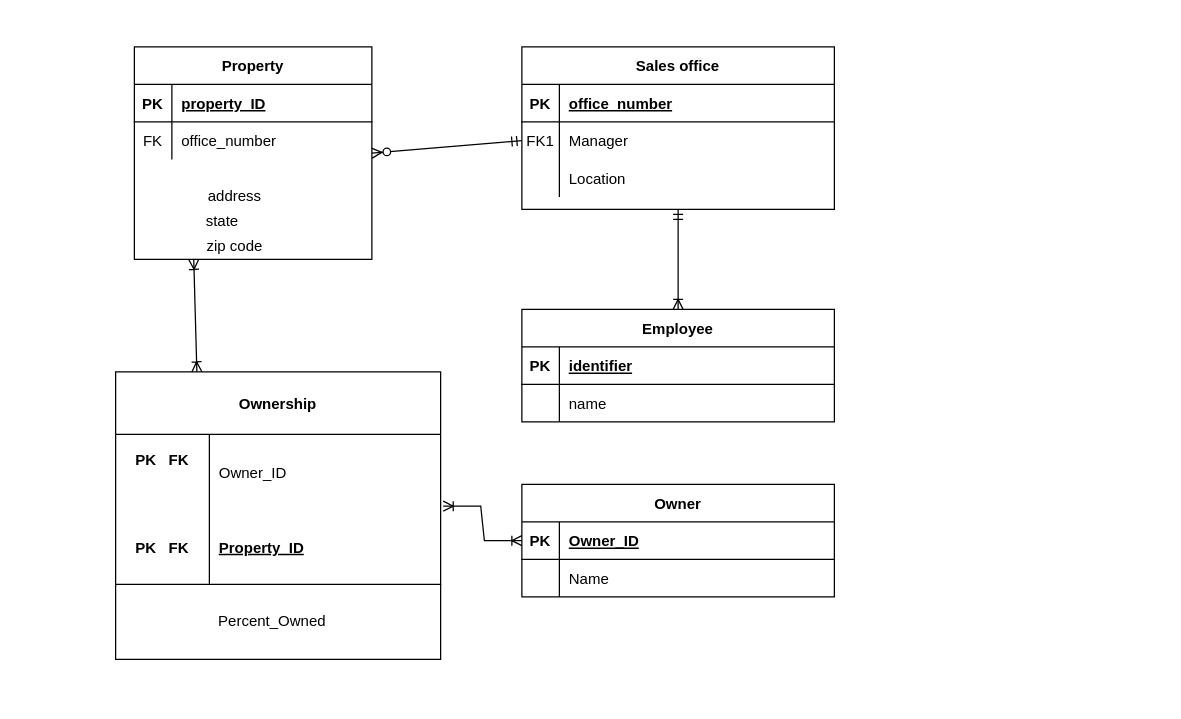
The draw.io diagram PCA-KNN/Untitled Diagram.drawio in Cloud0723/camera_map, before the edit. Source tidied: cells renumbered, new cells numbered last; positions are measured from the earlier drawing's top-left corner, leaving out a move shared by most shapes. Both pictures are drawn from the tidied source at 125%, with x=0, y=0 at pixel (115, 46).
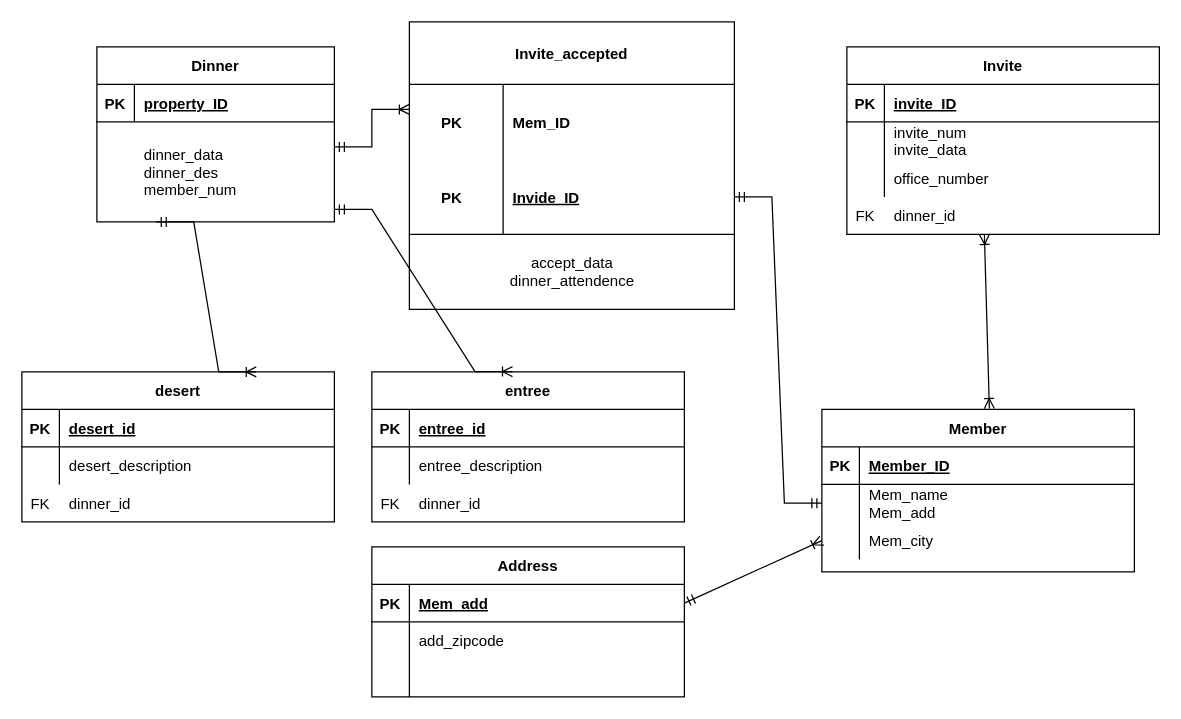
Above is the later version.

Unchanged cells that the change refers to:
```xml
<mxCell id="3" style="shape=partialRectangle;fillColor=none;top=0;left=0;right=0;bottom=1;" parent="2" vertex="1">
  <mxGeometry y="30" width="250" height="30" as="geometry" />
</mxCell>
<mxCell id="6" style="shape=partialRectangle;fillColor=none;points=[[0,0.5],[1,0.5]];portConstraint=eastwest;top=0;left=0;right=0;bottom=0;" parent="2" vertex="1">
  <mxGeometry y="60" width="250" height="30" as="geometry" />
</mxCell>
<mxCell id="9" style="shape=partialRectangle;fillColor=none;points=[[0,0.5],[1,0.5]];portConstraint=eastwest;top=0;left=0;right=0;bottom=0;" parent="2" vertex="1">
  <mxGeometry y="90" width="250" height="30" as="geometry" />
</mxCell>
<mxCell id="13" style="shape=partialRectangle;fillColor=none;top=0;left=0;right=0;bottom=1;" parent="12" vertex="1">
  <mxGeometry y="30" width="250" height="30" as="geometry" />
</mxCell>
<mxCell id="16" style="shape=partialRectangle;fillColor=none;top=0;left=0;right=0;bottom=0;" parent="12" vertex="1">
  <mxGeometry y="60" width="250" height="30" as="geometry" />
</mxCell>
```

The edit, as a diff of the source:
```diff
@@
-    <mxCell id="2" value="Sales office" style="shape=table;startSize=30;childLayout=tableLayout;rowLines=0;fontStyle=1;align=center;" parent="1" vertex="1">
-      <mxGeometry x="325" width="250" height="130" as="geometry" />
+    <mxCell id="2" value="Member" style="shape=table;startSize=30;childLayout=tableLayout;rowLines=0;fontStyle=1;align=center;" parent="1" vertex="1">
+      <mxGeometry x="565" y="290" width="250" height="130" as="geometry" />
     </mxCell>
@@
-    <mxCell id="5" value="office_number" style="shape=partialRectangle;overflow=hidden;fillColor=none;top=0;left=0;bottom=0;right=0;align=left;spacingLeft=6;fontStyle=5;" parent="3" vertex="1">
+    <mxCell id="5" value="Member_ID" style="shape=partialRectangle;overflow=hidden;fillColor=none;top=0;left=0;bottom=0;right=0;align=left;spacingLeft=6;fontStyle=5;" parent="3" vertex="1">
       <mxGeometry x="30" width="220" height="30" as="geometry" />
     </mxCell>
@@
-    <mxCell id="7" value="FK1" style="shape=partialRectangle;overflow=hidden;fillColor=none;top=0;left=0;bottom=0;right=0;" parent="6" vertex="1">
+    <mxCell id="7" style="shape=partialRectangle;overflow=hidden;fillColor=none;top=0;left=0;bottom=0;right=0;" parent="6" vertex="1">
       <mxGeometry width="30" height="30" as="geometry" />
     </mxCell>
-    <mxCell id="8" value="Manager" style="shape=partialRectangle;overflow=hidden;fillColor=none;top=0;left=0;bottom=0;right=0;align=left;spacingLeft=6;" parent="6" vertex="1">
+    <mxCell id="8" value="Mem_name&#10;Mem_add" style="shape=partialRectangle;overflow=hidden;fillColor=none;top=0;left=0;bottom=0;right=0;align=left;spacingLeft=6;" parent="6" vertex="1">
       <mxGeometry x="30" width="220" height="30" as="geometry" />
     </mxCell>
@@
-    <mxCell id="11" value="Location" style="shape=partialRectangle;overflow=hidden;fillColor=none;top=0;left=0;bottom=0;right=0;align=left;spacingLeft=6;" parent="9" vertex="1">
+    <mxCell id="11" value="Mem_city" style="shape=partialRectangle;overflow=hidden;fillColor=none;top=0;left=0;bottom=0;right=0;align=left;spacingLeft=6;" parent="9" vertex="1">
       <mxGeometry x="30" width="220" height="30" as="geometry" />
     </mxCell>
-    <mxCell id="12" value="Employee" style="shape=table;startSize=30;childLayout=tableLayout;rowLines=0;fontStyle=1;align=center;" parent="1" vertex="1">
-      <mxGeometry x="325" y="210" width="250" height="90" as="geometry" />
+    <mxCell id="12" value="Invite" style="shape=table;startSize=30;childLayout=tableLayout;rowLines=0;fontStyle=1;align=center;" parent="1" vertex="1">
+      <mxGeometry x="585" width="250" height="150" as="geometry" />
     </mxCell>
@@
-    <mxCell id="15" value="identifier" style="shape=partialRectangle;overflow=hidden;fillColor=none;top=0;left=0;bottom=0;right=0;align=left;spacingLeft=6;fontStyle=5;" parent="13" vertex="1">
+    <mxCell id="15" value="invite_ID" style="shape=partialRectangle;overflow=hidden;fillColor=none;top=0;left=0;bottom=0;right=0;align=left;spacingLeft=6;fontStyle=5;" parent="13" vertex="1">
       <mxGeometry x="30" width="220" height="30" as="geometry" />
     </mxCell>
@@
-    <mxCell id="18" value="name" style="shape=partialRectangle;overflow=hidden;fillColor=none;top=0;left=0;bottom=0;right=0;align=left;spacingLeft=6;" parent="16" vertex="1">
+    <mxCell id="18" value="invite_num&#10;invite_data" style="shape=partialRectangle;overflow=hidden;fillColor=none;top=0;left=0;bottom=0;right=0;align=left;spacingLeft=6;" parent="16" vertex="1">
       <mxGeometry x="30" width="220" height="30" as="geometry" />
     </mxCell>
+    <mxCell id="23" style="shape=partialRectangle;fillColor=none;top=0;left=0;right=0;bottom=0;" parent="12" vertex="1">
+      <mxGeometry y="90" width="250" height="30" as="geometry" />
+    </mxCell>
+    <mxCell id="24" style="shape=partialRectangle;overflow=hidden;fillColor=none;top=0;left=0;bottom=0;right=0;" parent="23" vertex="1">
+      <mxGeometry width="30" height="30" as="geometry" />
+    </mxCell>
+    <mxCell id="25" value="office_number" style="shape=partialRectangle;overflow=hidden;fillColor=none;top=0;left=0;bottom=0;right=0;align=left;spacingLeft=6;" parent="23" vertex="1">
+      <mxGeometry x="30" width="220" height="30" as="geometry" />
+    </mxCell>
-    <mxCell id="19" value="Property" style="shape=table;startSize=30;childLayout=tableLayout;rowLines=0;fontStyle=1;align=center;" parent="1" vertex="1">
-      <mxGeometry x="15" width="190" height="170" as="geometry" />
+    <mxCell id="19" value="Dinner" style="shape=table;startSize=30;childLayout=tableLayout;rowLines=0;fontStyle=1;align=center;" parent="1" vertex="1">
+      <mxGeometry x="-15" width="190" height="140" as="geometry" />
     </mxCell>
@@
-    <mxCell id="23" style="shape=partialRectangle;fillColor=none;top=0;left=0;right=0;bottom=0;" parent="19" vertex="1">
-      <mxGeometry y="60" width="190" height="30" as="geometry" />
-    </mxCell>
-    <mxCell id="24" value="FK" style="shape=partialRectangle;overflow=hidden;fillColor=none;top=0;left=0;bottom=0;right=0;" parent="23" vertex="1">
-      <mxGeometry width="30" height="30" as="geometry" />
-    </mxCell>
-    <mxCell id="25" value="office_number" style="shape=partialRectangle;overflow=hidden;fillColor=none;top=0;left=0;bottom=0;right=0;align=left;spacingLeft=6;" parent="23" vertex="1">
-      <mxGeometry x="30" width="160" height="30" as="geometry" />
-    </mxCell>
-    <mxCell id="26" value="address" style="text;html=1;align=center;verticalAlign=middle;strokeColor=none;fillColor=none;" parent="1" vertex="1">
-      <mxGeometry x="65" y="110" width="60" height="20" as="geometry" />
-    </mxCell>
-    <mxCell id="27" value="state" style="text;html=1;align=center;verticalAlign=middle;strokeColor=none;fillColor=none;" parent="1" vertex="1">
-      <mxGeometry x="65" y="130" width="40" height="20" as="geometry" />
-    </mxCell>
-    <mxCell id="28" value="zip code" style="text;html=1;align=center;verticalAlign=middle;strokeColor=none;fillColor=none;" parent="1" vertex="1">
-      <mxGeometry x="65" y="150" width="60" height="20" as="geometry" />
-    </mxCell>
-    <mxCell id="29" value="Ownership" style="shape=table;startSize=50;childLayout=tableLayout;rowLines=0;fontStyle=1;align=center;" parent="1" vertex="1">
-      <mxGeometry y="260" width="260" height="230" as="geometry" />
-    </mxCell>
+    <mxCell id="49" value="Invite_accepted" style="shape=table;startSize=50;childLayout=tableLayout;rowLines=0;fontStyle=1;align=center;" parent="1" vertex="1">
+      <mxGeometry x="235" y="-20" width="260" height="230" as="geometry" />
+    </mxCell>
-    <mxCell id="30" style="shape=partialRectangle;fillColor=none;top=0;left=0;right=0;bottom=0;" parent="29" vertex="1">
+    <mxCell id="30" style="shape=partialRectangle;fillColor=none;top=0;left=0;right=0;bottom=0;" parent="49" vertex="1">
       <mxGeometry y="50" width="260" height="60" as="geometry" />
     </mxCell>
@@
-    <mxCell id="32" value="Owner_ID" style="shape=partialRectangle;overflow=hidden;fillColor=none;top=0;left=0;bottom=0;right=0;align=left;spacingLeft=6;" parent="30" vertex="1">
-      <mxGeometry x="75" width="185" height="60" as="geometry" />
-    </mxCell>
+    <mxCell id="50" value="Mem_ID" style="shape=partialRectangle;overflow=hidden;fillColor=none;top=0;left=0;bottom=0;right=0;align=left;spacingLeft=6;fontStyle=1;" parent="30" vertex="1">
+      <mxGeometry x="75" width="185" height="60" as="geometry" />
+    </mxCell>
-    <mxCell id="33" style="shape=partialRectangle;fillColor=none;points=[[0,0.5],[1,0.5]];portConstraint=eastwest;top=0;left=0;right=0;bottom=1;" parent="29" vertex="1">
+    <mxCell id="33" style="shape=partialRectangle;fillColor=none;points=[[0,0.5],[1,0.5]];portConstraint=eastwest;top=0;left=0;right=0;bottom=1;" parent="49" vertex="1">
       <mxGeometry y="110" width="260" height="60" as="geometry" />
     </mxCell>
-    <mxCell id="34" value="PK   FK" style="shape=partialRectangle;overflow=hidden;fillColor=none;top=0;left=0;bottom=0;right=0;fontStyle=1;" parent="33" vertex="1">
-      <mxGeometry width="75" height="60" as="geometry" />
-    </mxCell>
-    <mxCell id="35" value="Property_ID" style="shape=partialRectangle;overflow=hidden;fillColor=none;top=0;left=0;bottom=0;right=0;align=left;spacingLeft=6;fontStyle=5;" parent="33" vertex="1">
-      <mxGeometry x="75" width="185" height="60" as="geometry" />
-    </mxCell>
-    <mxCell id="36" value="Owner" style="shape=table;startSize=30;childLayout=tableLayout;rowLines=0;fontStyle=1;align=center;" parent="1" vertex="1">
-      <mxGeometry x="325" y="350" width="250" height="90" as="geometry" />
-    </mxCell>
-    <mxCell id="37" style="shape=partialRectangle;fillColor=none;points=[[0,0.5],[1,0.5]];portConstraint=eastwest;top=0;left=0;right=0;bottom=1;" parent="36" vertex="1">
-      <mxGeometry y="30" width="250" height="30" as="geometry" />
-    </mxCell>
-    <mxCell id="38" value="PK" style="shape=partialRectangle;overflow=hidden;fillColor=none;top=0;left=0;bottom=0;right=0;fontStyle=1;" parent="37" vertex="1">
-      <mxGeometry width="30" height="30" as="geometry" />
-    </mxCell>
-    <mxCell id="39" value="Owner_ID" style="shape=partialRectangle;overflow=hidden;fillColor=none;top=0;left=0;bottom=0;right=0;align=left;spacingLeft=6;fontStyle=5;" parent="37" vertex="1">
-      <mxGeometry x="30" width="220" height="30" as="geometry" />
-    </mxCell>
-    <mxCell id="40" style="shape=partialRectangle;fillColor=none;top=0;left=0;right=0;bottom=0;" parent="36" vertex="1">
-      <mxGeometry y="60" width="250" height="30" as="geometry" />
-    </mxCell>
-    <mxCell id="41" style="shape=partialRectangle;overflow=hidden;fillColor=none;top=0;left=0;bottom=0;right=0;" parent="40" vertex="1">
-      <mxGeometry width="30" height="30" as="geometry" />
-    </mxCell>
-    <mxCell id="42" value="Name" style="shape=partialRectangle;overflow=hidden;fillColor=none;top=0;left=0;bottom=0;right=0;align=left;spacingLeft=6;" parent="40" vertex="1">
-      <mxGeometry x="30" width="220" height="30" as="geometry" />
-    </mxCell>
-    <mxCell id="43" value="PK   FK" style="shape=partialRectangle;overflow=hidden;fillColor=none;top=0;left=0;bottom=0;right=0;fontStyle=1;" parent="1" vertex="1">
-      <mxGeometry y="300" width="75" height="60" as="geometry" />
-    </mxCell>
-    <mxCell id="44" value="Percent_Owned" style="text;html=1;align=center;verticalAlign=middle;strokeColor=none;fillColor=none;" parent="1" vertex="1">
-      <mxGeometry x="75" y="450" width="100" height="20" as="geometry" />
-    </mxCell>
-    <mxCell id="45" style="fontSize=12;html=1;endArrow=ERzeroToMany;startArrow=ERmandOne;rounded=0;exitX=0;exitY=0.5;exitDx=0;exitDy=0;elbow=vertical;entryX=1;entryY=0.5;entryDx=0;entryDy=0;" parent="1" edge="1" source="6" target="19">
-      <mxGeometry relative="1" as="geometry">
-        <Array as="points">
-          <mxPoint x="265" y="80" />
-        </Array>
-      </mxGeometry>
-    </mxCell>
-    <mxCell id="46" style="fontSize=12;html=1;endArrow=ERoneToMany;startArrow=ERoneToMany;rounded=0;elbow=vertical;exitX=0.25;exitY=0;exitDx=0;exitDy=0;entryX=0.25;entryY=1;entryDx=0;entryDy=0;" parent="1" edge="1" source="29" target="19">
-      <mxGeometry relative="1" as="geometry" />
-    </mxCell>
-    <mxCell id="47" style="edgeStyle=entityRelationEdgeStyle;fontSize=12;html=1;endArrow=ERoneToMany;startArrow=ERoneToMany;rounded=0;elbow=vertical;entryX=0;entryY=0.5;entryDx=0;entryDy=0;exitX=1.008;exitY=-0.043;exitDx=0;exitDy=0;exitPerimeter=0;" parent="1" edge="1" source="33" target="37">
-      <mxGeometry relative="1" as="geometry" />
-    </mxCell>
-    <mxCell id="48" style="fontSize=12;html=1;endArrow=ERoneToMany;startArrow=ERmandOne;rounded=0;elbow=vertical;entryX=0.5;entryY=0;entryDx=0;entryDy=0;exitX=0.5;exitY=1;exitDx=0;exitDy=0;" parent="1" edge="1" source="2" target="12">
-      <mxGeometry relative="1" as="geometry" />
-    </mxCell>
+    <mxCell id="51" value="PK  " style="shape=partialRectangle;overflow=hidden;fillColor=none;top=0;left=0;bottom=0;right=0;fontStyle=1;" parent="33" vertex="1">
+      <mxGeometry width="75" height="60" as="geometry" />
+    </mxCell>
+    <mxCell id="52" value="Invide_ID" style="shape=partialRectangle;overflow=hidden;fillColor=none;top=0;left=0;bottom=0;right=0;align=left;spacingLeft=6;fontStyle=5;" parent="33" vertex="1">
+      <mxGeometry x="75" width="185" height="60" as="geometry" />
+    </mxCell>
+    <mxCell id="53" value="PK  " style="shape=partialRectangle;overflow=hidden;fillColor=none;top=0;left=0;bottom=0;right=0;fontStyle=1;" parent="1" vertex="1">
+      <mxGeometry x="235" y="30" width="75" height="60" as="geometry" />
+    </mxCell>
+    <mxCell id="54" value="accept_data&lt;br&gt;dinner_attendence" style="text;html=1;align=center;verticalAlign=middle;strokeColor=none;fillColor=none;" parent="1" vertex="1">
+      <mxGeometry x="310" y="165" width="110" height="30" as="geometry" />
+    </mxCell>
+    <mxCell id="55" value="dinner_id" style="shape=partialRectangle;overflow=hidden;fillColor=none;top=0;left=0;bottom=0;right=0;align=left;spacingLeft=6;fontStyle=0;" parent="1" vertex="1">
+      <mxGeometry x="615" y="120" width="220" height="30" as="geometry" />
+    </mxCell>
+    <mxCell id="56" value="FK" style="shape=partialRectangle;overflow=hidden;fillColor=none;top=0;left=0;bottom=0;right=0;" parent="1" vertex="1">
+      <mxGeometry x="585" y="120" width="30" height="30" as="geometry" />
+    </mxCell>
+    <mxCell id="57" value="desert" style="shape=table;startSize=30;childLayout=tableLayout;rowLines=0;fontStyle=1;align=center;" parent="1" vertex="1">
+      <mxGeometry x="-75" y="260" width="250" height="120" as="geometry" />
+    </mxCell>
+    <mxCell id="58" style="shape=partialRectangle;fillColor=none;top=0;left=0;right=0;bottom=1;" parent="57" vertex="1">
+      <mxGeometry y="30" width="250" height="30" as="geometry" />
+    </mxCell>
+    <mxCell id="59" value="PK" style="shape=partialRectangle;overflow=hidden;fillColor=none;top=0;left=0;bottom=0;right=0;fontStyle=1;" parent="58" vertex="1">
+      <mxGeometry width="30" height="30" as="geometry" />
+    </mxCell>
+    <mxCell id="60" value="desert_id" style="shape=partialRectangle;overflow=hidden;fillColor=none;top=0;left=0;bottom=0;right=0;align=left;spacingLeft=6;fontStyle=5;" parent="58" vertex="1">
+      <mxGeometry x="30" width="220" height="30" as="geometry" />
+    </mxCell>
+    <mxCell id="61" style="shape=partialRectangle;fillColor=none;top=0;left=0;right=0;bottom=0;" parent="57" vertex="1">
+      <mxGeometry y="60" width="250" height="30" as="geometry" />
+    </mxCell>
+    <mxCell id="62" style="shape=partialRectangle;overflow=hidden;fillColor=none;top=0;left=0;bottom=0;right=0;" parent="61" vertex="1">
+      <mxGeometry width="30" height="30" as="geometry" />
+    </mxCell>
+    <mxCell id="63" value="desert_description" style="shape=partialRectangle;overflow=hidden;fillColor=none;top=0;left=0;bottom=0;right=0;align=left;spacingLeft=6;" parent="61" vertex="1">
+      <mxGeometry x="30" width="220" height="30" as="geometry" />
+    </mxCell>
+    <mxCell id="64" value="dinner_id" style="shape=partialRectangle;overflow=hidden;fillColor=none;top=0;left=0;bottom=0;right=0;align=left;spacingLeft=6;fontStyle=0;" parent="1" vertex="1">
+      <mxGeometry x="-45" y="350" width="220" height="30" as="geometry" />
+    </mxCell>
+    <mxCell id="65" value="FK" style="shape=partialRectangle;overflow=hidden;fillColor=none;top=0;left=0;bottom=0;right=0;" parent="1" vertex="1">
+      <mxGeometry x="-75" y="350" width="30" height="30" as="geometry" />
+    </mxCell>
+    <mxCell id="66" value="entree" style="shape=table;startSize=30;childLayout=tableLayout;rowLines=0;fontStyle=1;align=center;" parent="1" vertex="1">
+      <mxGeometry x="205" y="260" width="250" height="120" as="geometry" />
+    </mxCell>
+    <mxCell id="67" style="shape=partialRectangle;fillColor=none;top=0;left=0;right=0;bottom=1;" parent="66" vertex="1">
+      <mxGeometry y="30" width="250" height="30" as="geometry" />
+    </mxCell>
+    <mxCell id="68" value="PK" style="shape=partialRectangle;overflow=hidden;fillColor=none;top=0;left=0;bottom=0;right=0;fontStyle=1;" parent="67" vertex="1">
+      <mxGeometry width="30" height="30" as="geometry" />
+    </mxCell>
+    <mxCell id="69" value="entree_id" style="shape=partialRectangle;overflow=hidden;fillColor=none;top=0;left=0;bottom=0;right=0;align=left;spacingLeft=6;fontStyle=5;" parent="67" vertex="1">
+      <mxGeometry x="30" width="220" height="30" as="geometry" />
+    </mxCell>
+    <mxCell id="70" style="shape=partialRectangle;fillColor=none;top=0;left=0;right=0;bottom=0;" parent="66" vertex="1">
+      <mxGeometry y="60" width="250" height="30" as="geometry" />
+    </mxCell>
+    <mxCell id="71" style="shape=partialRectangle;overflow=hidden;fillColor=none;top=0;left=0;bottom=0;right=0;" parent="70" vertex="1">
+      <mxGeometry width="30" height="30" as="geometry" />
+    </mxCell>
+    <mxCell id="72" value="entree_description" style="shape=partialRectangle;overflow=hidden;fillColor=none;top=0;left=0;bottom=0;right=0;align=left;spacingLeft=6;" parent="70" vertex="1">
+      <mxGeometry x="30" width="220" height="30" as="geometry" />
+    </mxCell>
+    <mxCell id="73" value="dinner_id" style="shape=partialRectangle;overflow=hidden;fillColor=none;top=0;left=0;bottom=0;right=0;align=left;spacingLeft=6;fontStyle=0;" parent="1" vertex="1">
+      <mxGeometry x="235" y="350" width="220" height="30" as="geometry" />
+    </mxCell>
+    <mxCell id="74" value="FK" style="shape=partialRectangle;overflow=hidden;fillColor=none;top=0;left=0;bottom=0;right=0;" parent="1" vertex="1">
+      <mxGeometry x="205" y="350" width="30" height="30" as="geometry" />
+    </mxCell>
+    <mxCell id="75" value="dinner_data&#10;dinner_des&#10;member_num" style="shape=partialRectangle;overflow=hidden;fillColor=none;top=0;left=0;bottom=0;right=0;align=left;spacingLeft=6;" parent="1" vertex="1">
+      <mxGeometry x="15" y="65" width="150" height="70" as="geometry" />
+    </mxCell>
+    <mxCell id="76" value="Address" style="shape=table;startSize=30;childLayout=tableLayout;rowLines=0;fontStyle=1;align=center;" parent="1" vertex="1">
+      <mxGeometry x="205" y="400" width="250" height="120" as="geometry" />
+    </mxCell>
+    <mxCell id="77" style="shape=partialRectangle;fillColor=none;points=[[0,0.5],[1,0.5]];portConstraint=eastwest;top=0;left=0;right=0;bottom=1;" parent="76" vertex="1">
+      <mxGeometry y="30" width="250" height="30" as="geometry" />
+    </mxCell>
+    <mxCell id="78" value="PK" style="shape=partialRectangle;overflow=hidden;fillColor=none;top=0;left=0;bottom=0;right=0;fontStyle=1;" parent="77" vertex="1">
+      <mxGeometry width="30" height="30" as="geometry" />
+    </mxCell>
+    <mxCell id="79" value="Mem_add" style="shape=partialRectangle;overflow=hidden;fillColor=none;top=0;left=0;bottom=0;right=0;align=left;spacingLeft=6;fontStyle=5;" parent="77" vertex="1">
+      <mxGeometry x="30" width="220" height="30" as="geometry" />
+    </mxCell>
+    <mxCell id="80" style="shape=partialRectangle;fillColor=none;top=0;left=0;right=0;bottom=0;" parent="76" vertex="1">
+      <mxGeometry y="60" width="250" height="30" as="geometry" />
+    </mxCell>
+    <mxCell id="81" style="shape=partialRectangle;overflow=hidden;fillColor=none;top=0;left=0;bottom=0;right=0;" parent="80" vertex="1">
+      <mxGeometry width="30" height="30" as="geometry" />
+    </mxCell>
+    <mxCell id="82" value="add_zipcode" style="shape=partialRectangle;overflow=hidden;fillColor=none;top=0;left=0;bottom=0;right=0;align=left;spacingLeft=6;" parent="80" vertex="1">
+      <mxGeometry x="30" width="220" height="30" as="geometry" />
+    </mxCell>
+    <mxCell id="83" style="shape=partialRectangle;fillColor=none;top=0;left=0;right=0;bottom=0;" parent="76" vertex="1">
+      <mxGeometry y="90" width="250" height="30" as="geometry" />
+    </mxCell>
+    <mxCell id="84" style="shape=partialRectangle;overflow=hidden;fillColor=none;top=0;left=0;bottom=0;right=0;" parent="83" vertex="1">
+      <mxGeometry width="30" height="30" as="geometry" />
+    </mxCell>
+    <mxCell id="85" style="shape=partialRectangle;overflow=hidden;fillColor=none;top=0;left=0;bottom=0;right=0;align=left;spacingLeft=6;" parent="83" vertex="1">
+      <mxGeometry x="30" width="220" height="30" as="geometry" />
+    </mxCell>
+    <mxCell id="86" style="edgeStyle=entityRelationEdgeStyle;fontSize=12;html=1;endArrow=ERmandOne;startArrow=ERmandOne;rounded=0;entryX=0;entryY=0.5;entryDx=0;entryDy=0;exitX=1;exitY=0.5;exitDx=0;exitDy=0;" parent="1" edge="1" source="33" target="6">
+      <mxGeometry relative="1" as="geometry" />
+    </mxCell>
+    <mxCell id="87" style="edgeStyle=entityRelationEdgeStyle;fontSize=12;html=1;endArrow=ERoneToMany;startArrow=ERmandOne;rounded=0;exitX=0.25;exitY=1;exitDx=0;exitDy=0;entryX=0.75;entryY=0;entryDx=0;entryDy=0;" parent="1" edge="1" source="19" target="57">
+      <mxGeometry relative="1" as="geometry" />
+    </mxCell>
+    <mxCell id="88" style="edgeStyle=entityRelationEdgeStyle;fontSize=12;html=1;endArrow=ERoneToMany;startArrow=ERmandOne;rounded=0;exitX=0.25;exitY=1;exitDx=0;exitDy=0;entryX=0.45;entryY=-0.002;entryDx=0;entryDy=0;entryPerimeter=0;" parent="1" edge="1" target="66">
+      <mxGeometry relative="1" as="geometry">
+        <mxPoint x="175" y="130" as="sourcePoint" />
+      </mxGeometry>
+    </mxCell>
+    <mxCell id="89" style="fontSize=12;html=1;endArrow=ERoneToMany;startArrow=ERmandOne;rounded=0;exitX=1;exitY=0.5;exitDx=0;exitDy=0;entryX=0;entryY=0.5;entryDx=0;entryDy=0;" parent="1" edge="1" source="77" target="9">
+      <mxGeometry relative="1" as="geometry" />
+    </mxCell>
+    <mxCell id="90" style="edgeStyle=entityRelationEdgeStyle;fontSize=12;html=1;endArrow=ERoneToMany;startArrow=ERmandOne;rounded=0;exitX=1;exitY=0.5;exitDx=0;exitDy=0;" parent="1" edge="1">
+      <mxGeometry relative="1" as="geometry">
+        <mxPoint x="175" y="80" as="sourcePoint" />
+        <mxPoint x="235" y="50" as="targetPoint" />
+      </mxGeometry>
+    </mxCell>
+    <mxCell id="91" style="fontSize=12;html=1;endArrow=ERoneToMany;startArrow=ERoneToMany;rounded=0;exitX=0.536;exitY=-0.005;exitDx=0;exitDy=0;exitPerimeter=0;" parent="1" edge="1" source="2">
+      <mxGeometry relative="1" as="geometry">
+        <mxPoint x="695" y="150" as="targetPoint" />
+      </mxGeometry>
+    </mxCell>
```
